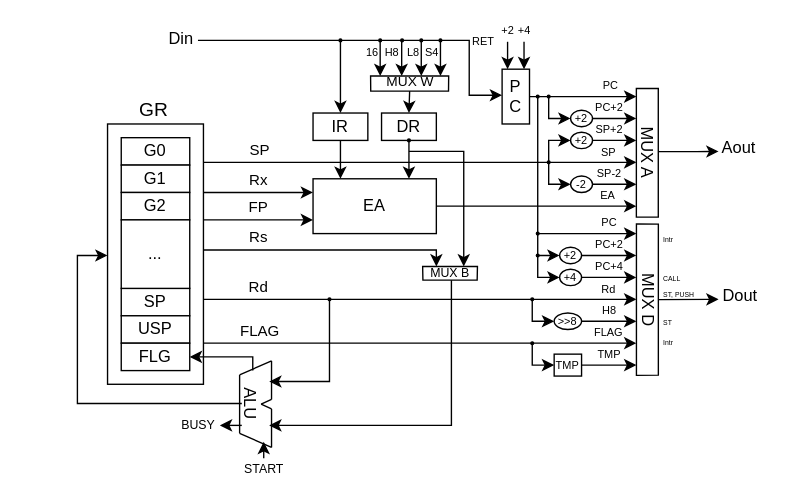
Before: page "ページ1" (1 of 2) of Doc/VHDL/TaC/tac_cpu.drawio in tctsigemura/TeC7, a draw.io diagram. Source tidied: cells renumbered, new cells numbered last; positions are measured from the earlier drawing's top-left corner, leaving out a move shared by most shapes. Both pictures are drawn from the tidied source at 137%, with x=0, y=0 at pixel (77, 25).
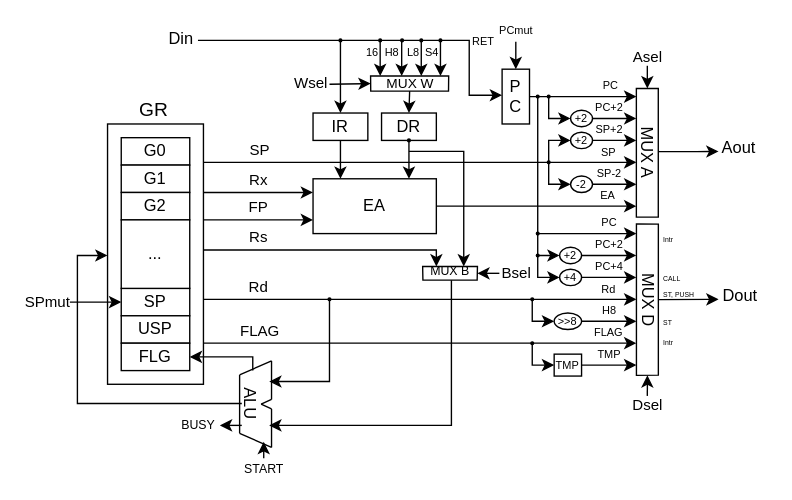
After the change.

Commit message (it also covers changes not shown here):
図を追加（信号）

Unchanged cells that the change refers to:
```xml
<mxCell id="4" style="shape=trapezoid;perimeter=trapezoidPerimeter;whiteSpace=wrap;html=1;fixedSize=1;rotation=-180;size=0.19579288025890187;" parent="1" vertex="1">
  <mxGeometry x="252" y="176" width="40" height="10" as="geometry" />
</mxCell>
<mxCell id="11" style="shape=trapezoid;perimeter=trapezoidPerimeter;whiteSpace=wrap;html=1;fixedSize=1;rotation=-180;size=0.1133043821555475;horizontal=1;" parent="1" vertex="1">
  <mxGeometry x="214" y="37" width="57" height="11" as="geometry" />
</mxCell>
<mxCell id="26" value="MUX A" style="shape=trapezoid;perimeter=trapezoidPerimeter;whiteSpace=wrap;html=1;fixedSize=1;rotation=90;size=0.10308641975308572;" parent="1" vertex="1">
  <mxGeometry x="369" y="85" width="94" height="16" as="geometry" />
</mxCell>
<mxCell id="45" value="MUX D" style="shape=trapezoid;perimeter=trapezoidPerimeter;whiteSpace=wrap;html=1;fixedSize=1;rotation=90;size=0.10308641975308572;" parent="1" vertex="1">
  <mxGeometry x="360.8" y="192.2" width="110.5" height="16" as="geometry" />
</mxCell>
<mxCell id="68" value="SP" style="whiteSpace=wrap;html=1;" parent="63" vertex="1">
  <mxGeometry x="10" y="120" width="50" height="20" as="geometry" />
</mxCell>
```

Diff of the diagram source:
```diff
@@
-    <mxCell id="23" value="+2" style="endArrow=classic;html=1;fontSize=8;labelPosition=center;verticalLabelPosition=top;align=center;verticalAlign=bottom;" parent="1" edge="1">
+    <mxCell id="23" value="PCmut" style="endArrow=classic;html=1;fontSize=8;labelPosition=center;verticalLabelPosition=top;align=center;verticalAlign=bottom;" parent="1" edge="1">
       <mxGeometry x="-1" relative="1" as="geometry">
-        <mxPoint x="314" y="12" as="sourcePoint" />
-        <mxPoint x="314" y="32" as="targetPoint" />
+        <mxPoint x="320" y="12" as="sourcePoint" />
+        <mxPoint x="320" y="32" as="targetPoint" />
       </mxGeometry>
     </mxCell>
-    <mxCell id="24" value="+4" style="endArrow=classic;html=1;fontSize=8;labelPosition=center;verticalLabelPosition=top;align=center;verticalAlign=bottom;" parent="1" edge="1">
-      <mxGeometry x="-1" relative="1" as="geometry">
-        <mxPoint x="326" y="12" as="sourcePoint" />
-        <mxPoint x="326" y="32" as="targetPoint" />
-      </mxGeometry>
-    </mxCell>
@@
-    <mxCell id="96" value="MUX W" style="text;html=1;fontSize=10;" parent="1" vertex="1">
-      <mxGeometry x="224" y="29" width="60" height="24" as="geometry" />
+    <mxCell id="96" value="MUX W" style="text;html=1;fontSize=10;verticalAlign=middle;" parent="1" vertex="1">
+      <mxGeometry x="224" y="35" width="40" height="13" as="geometry" />
     </mxCell>
@@
-    <mxCell id="99" value="MUX B" style="text;html=1;fontSize=9;" parent="1" vertex="1">
-      <mxGeometry x="256" y="169" width="60" height="24" as="geometry" />
+    <mxCell id="99" value="MUX B" style="text;html=1;fontSize=9;verticalAlign=middle;" parent="1" vertex="1">
+      <mxGeometry x="256" y="175" width="32" height="10" as="geometry" />
     </mxCell>
@@
+    <mxCell id="103" value="Asel" style="endArrow=classic;html=1;entryX=0;entryY=0.5;entryDx=0;entryDy=0;labelPosition=center;verticalLabelPosition=top;align=center;verticalAlign=bottom;" parent="1" edge="1" target="26">
+      <mxGeometry x="-0.56" relative="1" as="geometry">
+        <mxPoint x="416" y="28" as="sourcePoint" />
+      </mxGeometry>
+    </mxCell>
+    <mxCell id="104" value="Dsel" style="endArrow=classic;html=1;entryX=1;entryY=0.5;entryDx=0;entryDy=0;labelPosition=center;verticalLabelPosition=bottom;align=center;verticalAlign=top;" parent="1" edge="1" target="45">
+      <mxGeometry relative="1" as="geometry">
+        <mxPoint x="416" y="272" as="sourcePoint" />
+      </mxGeometry>
+    </mxCell>
+    <mxCell id="105" value="Bsel" style="endArrow=classic;html=1;entryX=0;entryY=0.5;entryDx=0;entryDy=0;labelPosition=right;verticalLabelPosition=middle;align=left;verticalAlign=middle;" parent="1" edge="1" target="4">
+      <mxGeometry x="-1" relative="1" as="geometry">
+        <mxPoint x="308" y="181" as="sourcePoint" />
+      </mxGeometry>
+    </mxCell>
+    <mxCell id="106" value="Wsel" style="endArrow=classic;html=1;entryX=1;entryY=0.5;entryDx=0;entryDy=0;labelPosition=left;verticalLabelPosition=middle;align=right;verticalAlign=middle;" parent="1" edge="1" target="11">
+      <mxGeometry x="-1" relative="1" as="geometry">
+        <mxPoint x="184" y="43" as="sourcePoint" />
+        <mxPoint y="-1" as="offset" />
+      </mxGeometry>
+    </mxCell>
+    <mxCell id="107" value="SPmut" style="endArrow=classic;html=1;entryX=0;entryY=0.5;entryDx=0;entryDy=0;labelPosition=left;verticalLabelPosition=middle;align=right;verticalAlign=middle;" parent="1" edge="1" target="68">
+      <mxGeometry x="-0.8" relative="1" as="geometry">
+        <mxPoint x="-8" y="202" as="sourcePoint" />
+      </mxGeometry>
+    </mxCell>
```
